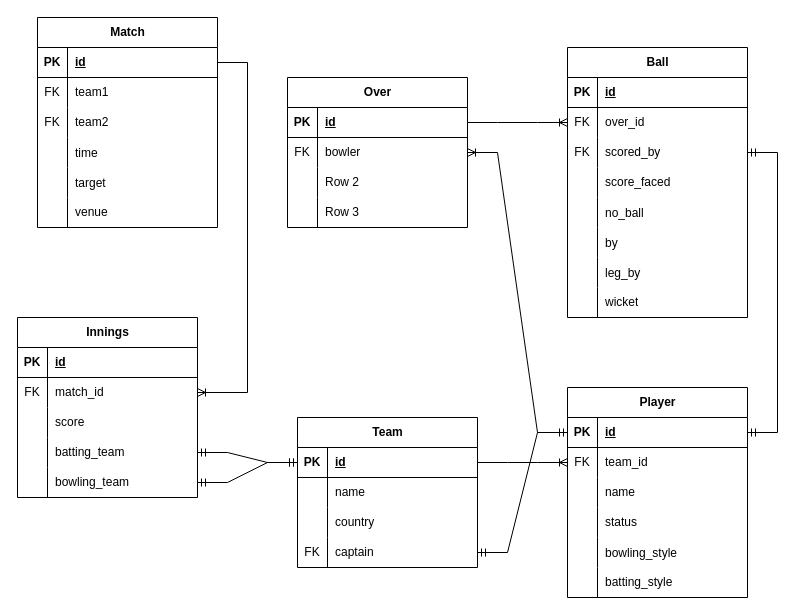
Earlier version of the draw.io diagram page "ERD" (2 of 2) of design.drawio (gitosamakhan/cricapp). Source tidied: cells renumbered, new cells numbered last; positions are measured from the earlier drawing's top-left corner, leaving out a move shared by most shapes. Both pictures are drawn from the tidied source at 100%, with x=0, y=0 at pixel (17, 17).
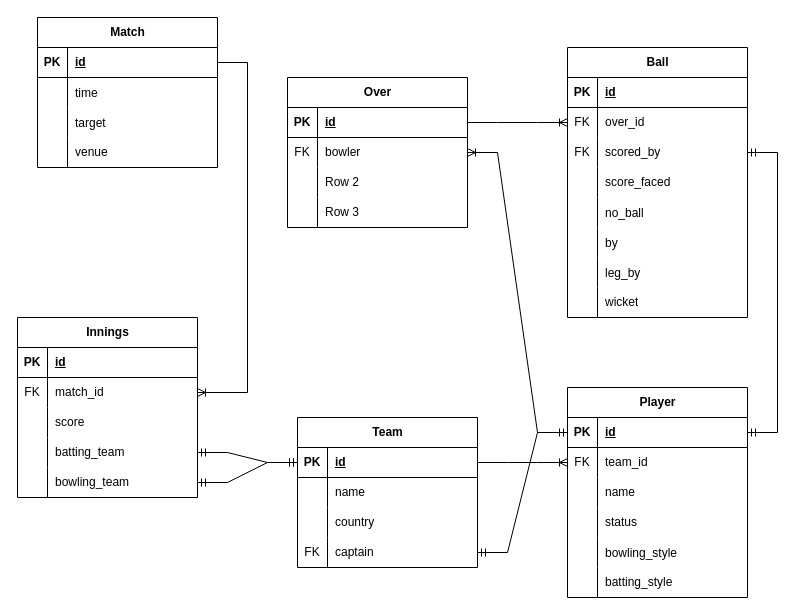
Above is the later version.

What changed in the source:
```diff
@@
     <mxCell id="18" value="Match" style="shape=table;startSize=30;childLayout=tableLayout;rowLines=0;fontStyle=1;align=center;html=1;" parent="1" vertex="1">
-      <mxGeometry x="20" width="180" height="210" as="geometry" />
+      <mxGeometry x="20" width="180" height="150" as="geometry" />
     </mxCell>
@@
-    <mxCell id="22" style="shape=tableRow;horizontal=0;startSize=0;swimlaneHead=0;swimlaneBody=0;fillColor=none;top=0;left=0;right=0;bottom=0;" parent="18" vertex="1">
-      <mxGeometry y="60" width="180" height="30" as="geometry" />
-    </mxCell>
-    <mxCell id="23" value="FK" style="shape=partialRectangle;fillColor=none;top=0;left=0;bottom=0;right=0;overflow=hidden;whiteSpace=wrap;html=1;" parent="22" vertex="1">
-      <mxGeometry width="30" height="30" as="geometry" />
-    </mxCell>
-    <mxCell id="24" value="team1" style="shape=partialRectangle;fillColor=none;top=0;left=0;bottom=0;right=0;align=left;spacingLeft=6;overflow=hidden;whiteSpace=wrap;html=1;" parent="22" vertex="1">
-      <mxGeometry x="30" width="150" height="30" as="geometry" />
-    </mxCell>
-    <mxCell id="25" style="shape=tableRow;horizontal=0;startSize=0;swimlaneHead=0;swimlaneBody=0;fillColor=none;top=0;left=0;right=0;bottom=0;" parent="18" vertex="1">
-      <mxGeometry y="90" width="180" height="30" as="geometry" />
-    </mxCell>
-    <mxCell id="26" value="FK" style="shape=partialRectangle;fillColor=none;top=0;left=0;bottom=0;right=0;overflow=hidden;whiteSpace=wrap;html=1;" parent="25" vertex="1">
-      <mxGeometry width="30" height="30" as="geometry" />
-    </mxCell>
-    <mxCell id="27" value="team2" style="shape=partialRectangle;fillColor=none;top=0;left=0;bottom=0;right=0;align=left;spacingLeft=6;overflow=hidden;whiteSpace=wrap;html=1;" parent="25" vertex="1">
-      <mxGeometry x="30" width="150" height="30" as="geometry" />
-    </mxCell>
     <mxCell id="28" style="shape=tableRow;horizontal=0;startSize=0;swimlaneHead=0;swimlaneBody=0;fillColor=none;top=0;left=0;right=0;bottom=0;" parent="18" vertex="1">
-      <mxGeometry y="120" width="180" height="30" as="geometry" />
+      <mxGeometry y="60" width="180" height="30" as="geometry" />
     </mxCell>
@@
     <mxCell id="31" style="shape=tableRow;horizontal=0;startSize=0;swimlaneHead=0;swimlaneBody=0;fillColor=none;top=0;left=0;right=0;bottom=0;" parent="18" vertex="1">
-      <mxGeometry y="150" width="180" height="30" as="geometry" />
+      <mxGeometry y="90" width="180" height="30" as="geometry" />
     </mxCell>
@@
     <mxCell id="34" style="shape=tableRow;horizontal=0;startSize=0;swimlaneHead=0;swimlaneBody=0;fillColor=none;top=0;left=0;right=0;bottom=0;" parent="18" vertex="1">
-      <mxGeometry y="180" width="180" height="30" as="geometry" />
+      <mxGeometry y="120" width="180" height="30" as="geometry" />
     </mxCell>
```
